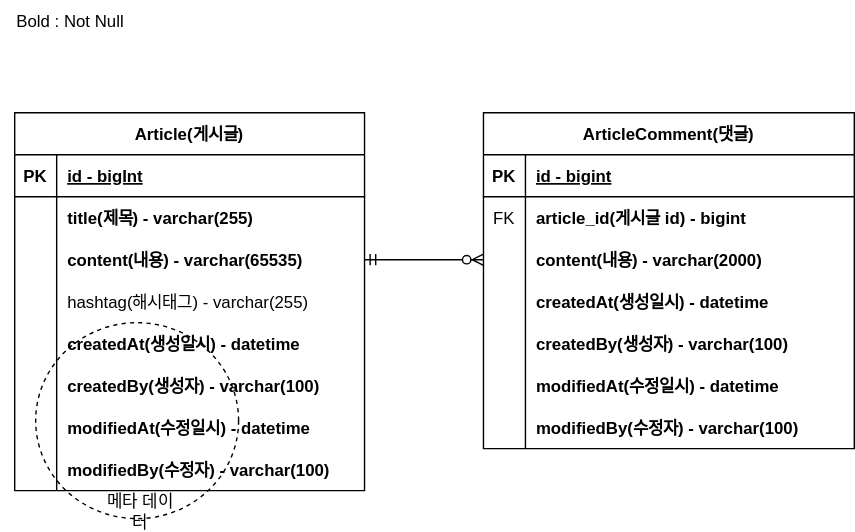
Above: document/project-board-erd.svg in hhongyeahh/project-board (draw.io), before the change. Source tidied: cells renumbered, new cells last; positions are measured from the earlier drawing's top-left corner, leaving out a move shared by most shapes.
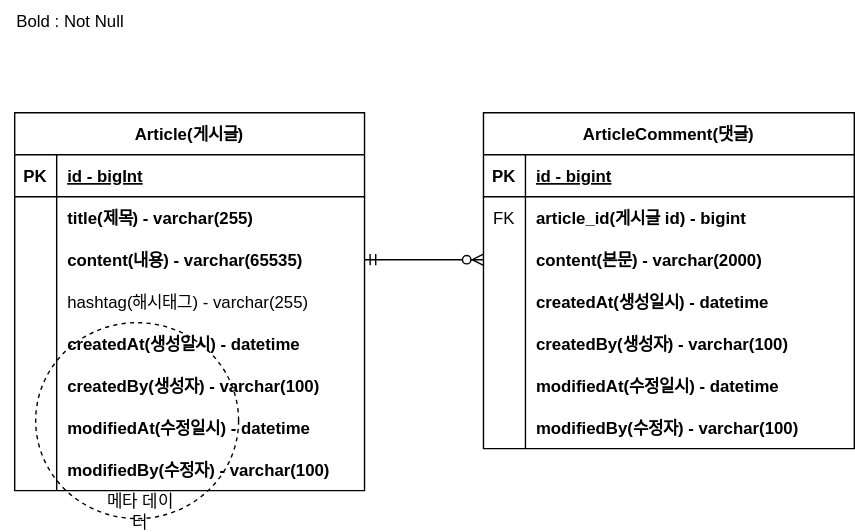
Above is the later version.

Commit message:
#11 - ERD 주석 업데이트

Diff of the diagram source:
```diff
@@ -104,7 +104,7 @@
     <mxCell id="35" style="shape=partialRectangle;overflow=hidden;fillColor=none;top=0;left=0;bottom=0;right=0;" parent="34" vertex="1">
       <mxGeometry width="30" height="30" as="geometry" />
     </mxCell>
-    <mxCell id="36" value="content(내용) - varchar(2000)" style="shape=partialRectangle;overflow=hidden;fillColor=none;top=0;left=0;bottom=0;right=0;align=left;spacingLeft=6;fontStyle=1;" parent="34" vertex="1">
+    <mxCell id="36" value="content(본문) - varchar(2000)" style="shape=partialRectangle;overflow=hidden;fillColor=none;top=0;left=0;bottom=0;right=0;align=left;spacingLeft=6;fontStyle=1;" parent="34" vertex="1">
       <mxGeometry x="30" width="235" height="30" as="geometry" />
     </mxCell>
     <mxCell id="37" style="shape=partialRectangle;fillColor=none;top=0;left=0;right=0;bottom=0;" parent="27" vertex="1">
```
